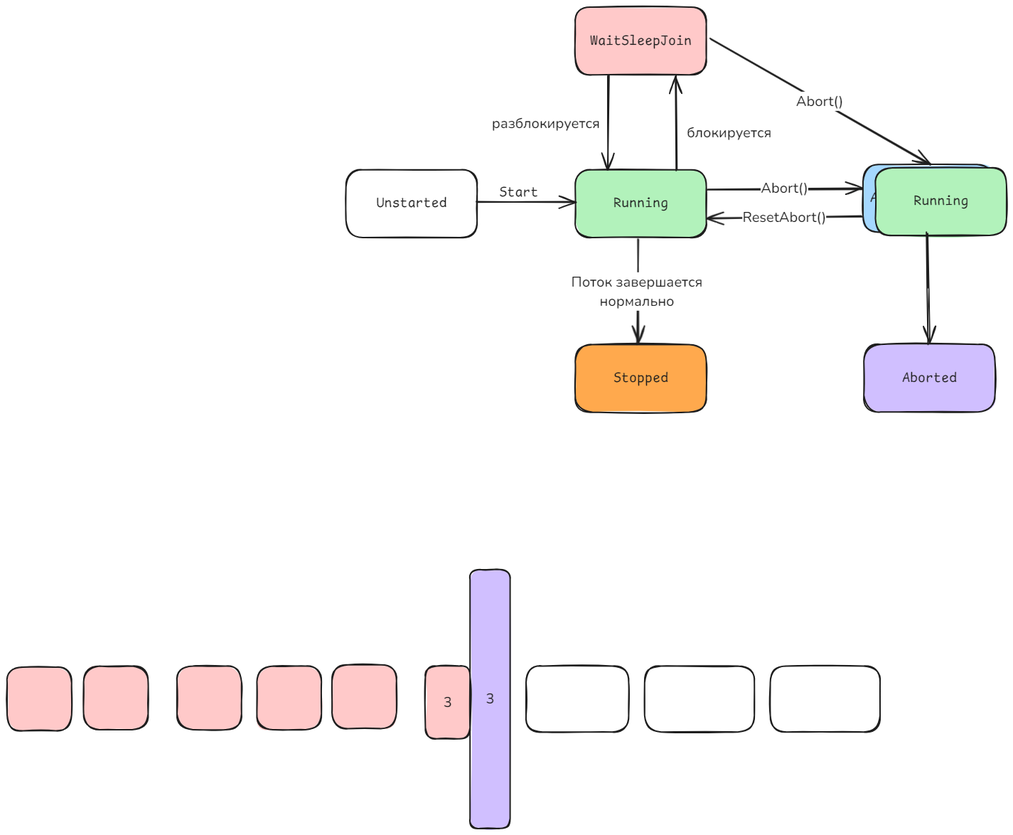
silvercodes/p32_p34_sp keeps this Excalidraw diagram as img/sync.excalidraw.png. Above is the earlier version. Source tidied: one line per element, renumbered; positions are measured from the earlier drawing's top-left corner, leaving out a move shared by most shapes.
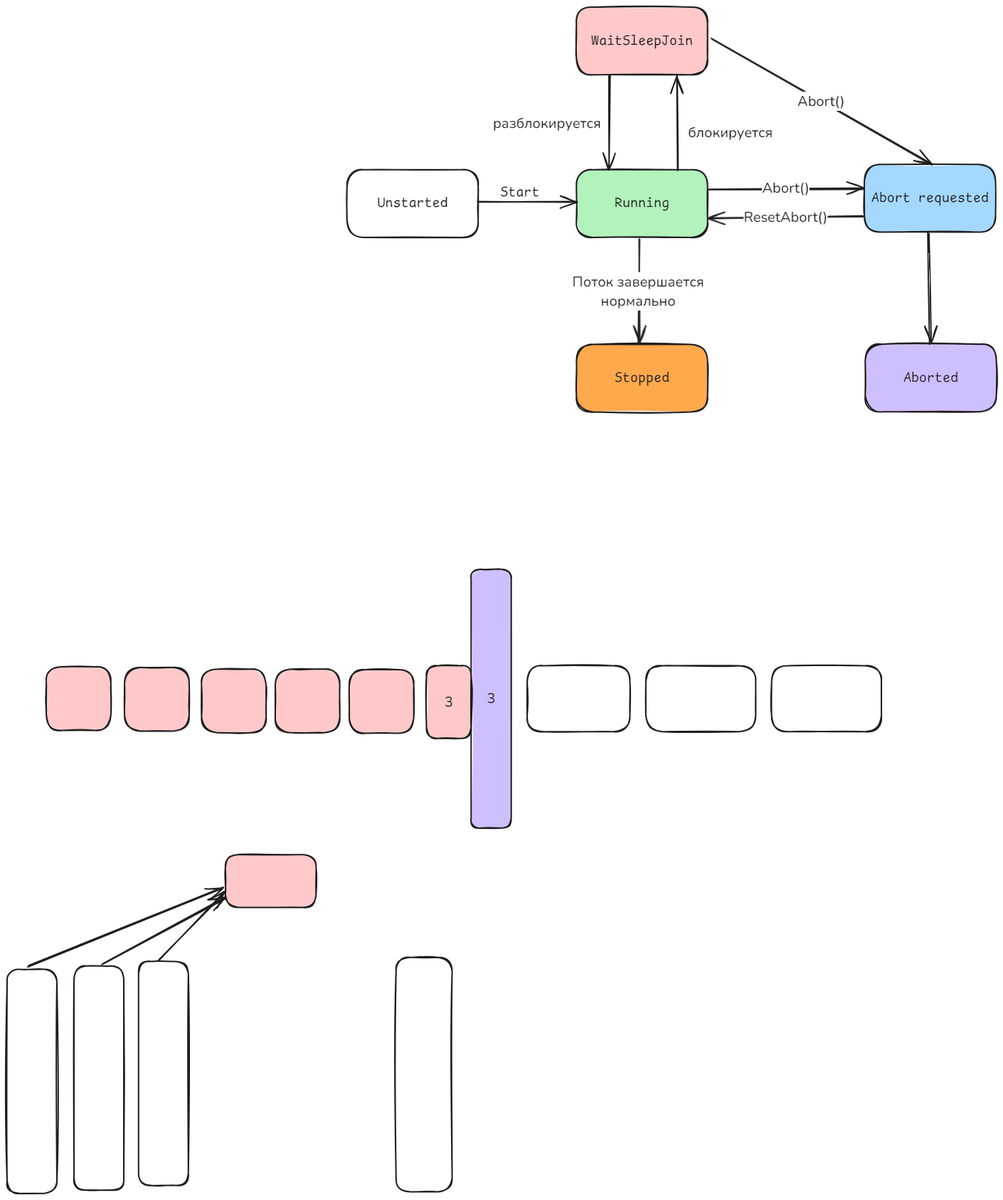
The same diagram one commit later.

The edit, as a diff of the source:
```diff
@@ -32,8 +32,16 @@
 {"id": 31, "type": "rectangle", "strokeColor": "#1e1e1e", "strokeWidth": 2, "roughness": 1, "round": true, "x": 1074, "y": 926, "width": 154, "height": 93}
 {"id": 32, "type": "rectangle", "strokeColor": "#1e1e1e", "backgroundColor": "#ffc9c9", "fillStyle": "solid", "strokeWidth": 2, "roughness": 1, "round": true, "x": 588, "y": 926, "width": 63, "height": 102}
 {"id": 33, "type": "text", "text": "3", "strokeColor": "#1e1e1e", "backgroundColor": "#b2f2bb", "fillStyle": "solid", "strokeWidth": 2, "roughness": 1, "fontSize": 20, "fontFamily": 6, "textAlign": "center", "verticalAlign": "middle", "inside": 32, "x": 614, "y": 964, "width": 12, "height": 27}
-{"id": 34, "type": "rectangle", "strokeColor": "#1e1e1e", "backgroundColor": "#ffc9c9", "fillStyle": "solid", "strokeWidth": 2, "roughness": 1, "round": true, "x": 351, "y": 926, "width": 91, "height": 90}
+{"id": 34, "type": "rectangle", "strokeColor": "#1e1e1e", "backgroundColor": "#ffc9c9", "fillStyle": "solid", "strokeWidth": 2, "roughness": 1, "round": true, "x": 376, "y": 931, "width": 91, "height": 90}
-{"id": 35, "type": "rectangle", "strokeColor": "#1e1e1e", "backgroundColor": "#ffc9c9", "fillStyle": "solid", "strokeWidth": 2, "roughness": 1, "round": true, "x": 0, "y": 928, "width": 91, "height": 90}
+{"id": 35, "type": "rectangle", "strokeColor": "#1e1e1e", "backgroundColor": "#ffc9c9", "fillStyle": "solid", "strokeWidth": 2, "roughness": 1, "round": true, "x": 54, "y": 928, "width": 91, "height": 90}
-{"id": 36, "type": "rectangle", "strokeColor": "#1e1e1e", "backgroundColor": "#ffc9c9", "fillStyle": "solid", "strokeWidth": 2, "roughness": 1, "round": true, "x": 108, "y": 926, "width": 91, "height": 90}
+{"id": 36, "type": "rectangle", "strokeColor": "#1e1e1e", "backgroundColor": "#ffc9c9", "fillStyle": "solid", "strokeWidth": 2, "roughness": 1, "round": true, "x": 164, "y": 929, "width": 91, "height": 90}
-{"id": 37, "type": "rectangle", "strokeColor": "#1e1e1e", "backgroundColor": "#ffc9c9", "fillStyle": "solid", "strokeWidth": 2, "roughness": 1, "round": true, "x": 239, "y": 926, "width": 91, "height": 90}
+{"id": 37, "type": "rectangle", "strokeColor": "#1e1e1e", "backgroundColor": "#ffc9c9", "fillStyle": "solid", "strokeWidth": 2, "roughness": 1, "round": true, "x": 272, "y": 931, "width": 91, "height": 90}
-{"id": 38, "type": "rectangle", "strokeColor": "#1e1e1e", "backgroundColor": "#ffc9c9", "fillStyle": "solid", "strokeWidth": 2, "roughness": 1, "round": true, "x": 457, "y": 925, "width": 91, "height": 90}
+{"id": 38, "type": "rectangle", "strokeColor": "#1e1e1e", "backgroundColor": "#ffc9c9", "fillStyle": "solid", "strokeWidth": 2, "roughness": 1, "round": true, "x": 480, "y": 932, "width": 91, "height": 90}
+{"id": 39, "type": "rectangle", "strokeColor": "#1e1e1e", "strokeWidth": 2, "roughness": 1, "round": true, "x": 184, "y": 1342, "width": 70, "height": 315}
+{"id": 40, "type": "rectangle", "strokeColor": "#1e1e1e", "strokeWidth": 2, "roughness": 1, "round": true, "x": 546, "y": 1337, "width": 79, "height": 330}
+{"id": 41, "type": "rectangle", "strokeColor": "#1e1e1e", "backgroundColor": "#ffc9c9", "fillStyle": "solid", "strokeWidth": 2, "roughness": 1, "round": true, "x": 306, "y": 1192, "width": 128, "height": 74}
+{"id": 42, "type": "arrow", "strokeColor": "#1e1e1e", "backgroundColor": "#b2f2bb", "fillStyle": "solid", "strokeWidth": 2, "roughness": 1, "endArrowhead": "arrow", "round": true, "from": 39, "to": 41, "x": 213, "y": 1340, "width": 92, "height": 94, "points": [[0, 0], [92, -94]]}
+{"id": 43, "type": "rectangle", "strokeColor": "#1e1e1e", "strokeWidth": 2, "roughness": 1, "round": true, "x": 93, "y": 1349, "width": 70, "height": 315}
+{"id": 44, "type": "arrow", "strokeColor": "#1e1e1e", "backgroundColor": "#b2f2bb", "fillStyle": "solid", "strokeWidth": 2, "roughness": 1, "endArrowhead": "arrow", "round": true, "from": 43, "to": 41, "x": 133, "y": 1347, "width": 172, "height": 94, "points": [[0, 0], [172, -94]]}
+{"id": 45, "type": "rectangle", "strokeColor": "#1e1e1e", "strokeWidth": 2, "roughness": 1, "round": true, "x": -1, "y": 1354, "width": 70, "height": 315}
+{"id": 46, "type": "arrow", "strokeColor": "#1e1e1e", "backgroundColor": "#b2f2bb", "fillStyle": "solid", "strokeWidth": 2, "roughness": 1, "endArrowhead": "arrow", "round": true, "from": 45, "to": 41, "x": 29, "y": 1349, "width": 274, "height": 111, "points": [[0, 0], [274, -111]]}
```
